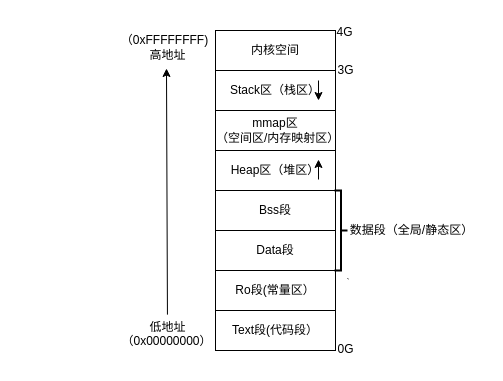
Above: 程序分布.drawio in ZhouQuan-7237/123 (draw.io), before the change. Source tidied: cells renumbered, new cells numbered last; positions are measured from the earlier drawing's top-left corner, leaving out a move shared by most shapes. Both pictures are drawn from the tidied source at 100%, with x=0, y=0 at pixel (109, 17).
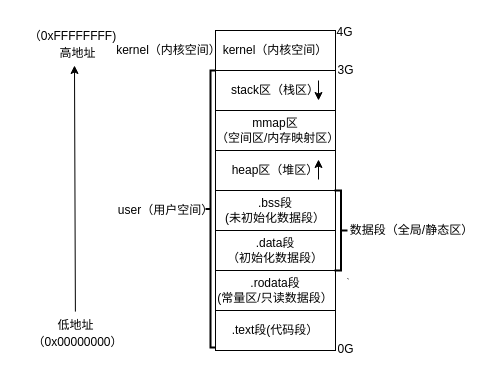
The same page after the edit.

Commit message:
更新程序分布.drawio

Change to the diagram source:
```diff
@@
-    <mxCell id="2" value="内核空间" style="rounded=0;whiteSpace=wrap;html=1;" parent="1" vertex="1">
+    <mxCell id="2" value="kernel（内核空间）" style="rounded=0;whiteSpace=wrap;html=1;" parent="1" vertex="1">
       <mxGeometry x="106" y="13" width="120" height="40" as="geometry" />
     </mxCell>
-    <mxCell id="3" style="endArrow=classic;html=1;rounded=0;exitX=0.499;exitY=0.071;exitDx=0;exitDy=0;exitPerimeter=0;" parent="1" edge="1" source="13">
+    <mxCell id="3" style="endArrow=classic;html=1;rounded=0;exitX=0.499;exitY=0.071;exitDx=0;exitDy=0;exitPerimeter=0;" parent="1" edge="1">
       <mxGeometry relative="1" as="geometry">
-        <mxPoint x="57" y="51" as="targetPoint" />
+        <mxPoint x="-34.1" y="294.1" as="sourcePoint" />
+        <mxPoint x="-35" y="48" as="targetPoint" />
       </mxGeometry>
     </mxCell>
-    <mxCell id="4" value="Stack区（栈区）" style="rounded=0;whiteSpace=wrap;html=1;" parent="1" vertex="1">
+    <mxCell id="4" value="stack区（栈区）" style="rounded=0;whiteSpace=wrap;html=1;" parent="1" vertex="1">
       <mxGeometry x="106" y="53" width="120" height="40" as="geometry" />
     </mxCell>
@@
-    <mxCell id="6" value="Heap区（堆区）" style="rounded=0;whiteSpace=wrap;html=1;" parent="1" vertex="1">
+    <mxCell id="6" value="heap区（堆区）" style="rounded=0;whiteSpace=wrap;html=1;" parent="1" vertex="1">
       <mxGeometry x="106" y="133" width="120" height="40" as="geometry" />
     </mxCell>
-    <mxCell id="7" value="Bss段" style="rounded=0;whiteSpace=wrap;html=1;" parent="1" vertex="1">
+    <mxCell id="7" value=".b&lt;span style=&quot;background-color: transparent; color: light-dark(rgb(0, 0, 0), rgb(255, 255, 255));&quot;&gt;ss段&lt;/span&gt;&lt;div&gt;&lt;span style=&quot;background-color: transparent; color: light-dark(rgb(0, 0, 0), rgb(255, 255, 255));&quot;&gt;(未初始化数据段）&lt;/span&gt;&lt;/div&gt;" style="rounded=0;whiteSpace=wrap;html=1;" parent="1" vertex="1">
       <mxGeometry x="106" y="173" width="120" height="40" as="geometry" />
     </mxCell>
-    <mxCell id="8" value="Data段" style="rounded=0;whiteSpace=wrap;html=1;" parent="1" vertex="1">
+    <mxCell id="8" value=".data段&lt;br&gt;（初始化数据段）" style="rounded=0;whiteSpace=wrap;html=1;" parent="1" vertex="1">
       <mxGeometry x="106" y="213" width="120" height="40" as="geometry" />
     </mxCell>
-    <mxCell id="9" value="Ro段(常量区）" style="rounded=0;whiteSpace=wrap;html=1;" parent="1" vertex="1">
+    <mxCell id="9" value=".rodata段&lt;br&gt;(常量区/只读数据段）" style="rounded=0;whiteSpace=wrap;html=1;" parent="1" vertex="1">
       <mxGeometry x="106" y="253" width="120" height="40" as="geometry" />
     </mxCell>
     <mxCell id="10" value="高地址" style="text;html=1;align=center;verticalAlign=middle;strokeColor=none;fillColor=none;" parent="1" vertex="1">
-      <mxGeometry x="28" y="23" width="60" height="30" as="geometry" />
+      <mxGeometry x="-62" y="21" width="60" height="30" as="geometry" />
     </mxCell>
@@
     <mxCell id="13" value="低地址" style="text;html=1;align=center;verticalAlign=middle;points=[];strokeColor=none;fillColor=none;" parent="1" vertex="1">
-      <mxGeometry x="28" y="295" width="60" height="30" as="geometry" />
+      <mxGeometry x="-64" y="293" width="60" height="30" as="geometry" />
     </mxCell>
-    <mxCell id="14" value="Text段(代码段）" style="rounded=0;whiteSpace=wrap;html=1;" parent="1" vertex="1">
+    <mxCell id="14" value=".text段(代码段）" style="rounded=0;whiteSpace=wrap;html=1;" parent="1" vertex="1">
       <mxGeometry x="106" y="293" width="120" height="40" as="geometry" />
     </mxCell>
@@
     <mxCell id="17" value="（0xFFFFFFFF)" style="text;html=1;align=center;verticalAlign=middle;strokeColor=none;fillColor=none;" parent="1" vertex="1">
-      <mxGeometry y="8" width="110" height="30" as="geometry" />
+      <mxGeometry x="-92" y="4" width="110" height="30" as="geometry" />
     </mxCell>
     <mxCell id="18" value="（0x00000000）" style="text;html=1;align=center;verticalAlign=middle;strokeColor=none;fillColor=none;" parent="1" vertex="1">
-      <mxGeometry x="2" y="309" width="110" height="30" as="geometry" />
+      <mxGeometry x="-87" y="310" width="110" height="30" as="geometry" />
     </mxCell>
@@
+    <mxCell id="23" value="kernel（内核空间）" style="text;html=1;align=center;verticalAlign=middle;strokeColor=none;fillColor=none;" parent="1" vertex="1">
+      <mxGeometry x="-6" y="18" width="130" height="30" as="geometry" />
+    </mxCell>
+    <mxCell id="24" style="strokeWidth=2;html=1;shape=mxgraph.flowchart.annotation_2;align=left;labelPosition=right;" parent="1" vertex="1">
+      <mxGeometry x="96" y="53" width="10" height="277" as="geometry" />
+    </mxCell>
+    <mxCell id="25" value="user（用户空间）" style="text;html=1;align=center;verticalAlign=middle;strokeColor=none;fillColor=none;" parent="1" vertex="1">
+      <mxGeometry x="-4" y="178" width="120" height="30" as="geometry" />
+    </mxCell>
```
